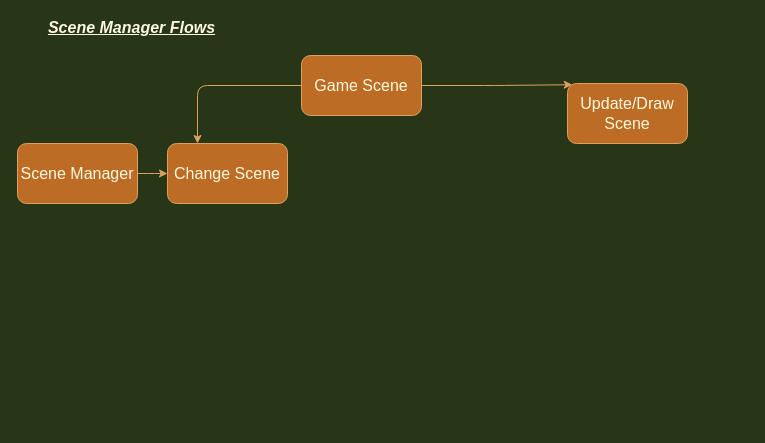
The draw.io diagram page "SceneManager" (4 of 4) of flow_chart/Flow.drawio in MounirAia/Web-Shoot-em-up, before the edit. Source tidied: cells renumbered, new cells numbered last; positions are measured from the earlier drawing's top-left corner, leaving out a move shared by most shapes. Both pictures are drawn from the tidied source at 100%, with x=0, y=0 at pixel (17, 17).
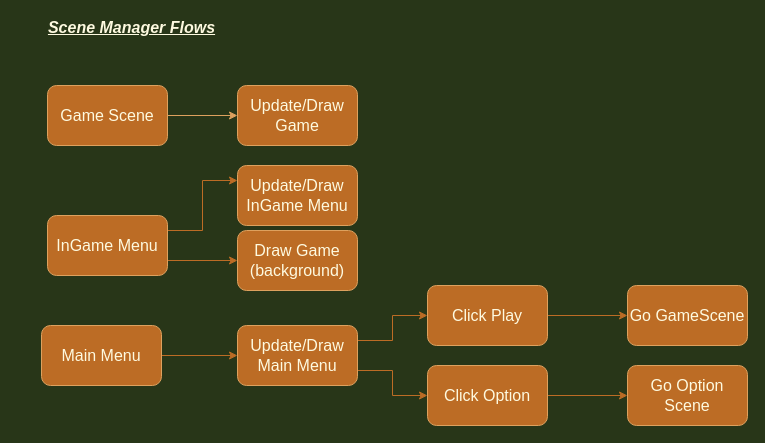
The same page after the edit.

Diff of the diagram source:
```diff
@@
-    <mxCell id="3" style="edgeStyle=orthogonalEdgeStyle;curved=0;rounded=1;sketch=0;jettySize=auto;html=1;fontColor=#FEFAE0;strokeColor=#DDA15E;fillColor=#BC6C25;" parent="1" edge="1" source="4" target="5">
-      <mxGeometry relative="1" as="geometry" />
-    </mxCell>
-    <mxCell id="4" value="&lt;span style=&quot;font-size: 16px&quot;&gt;Scene Manager&lt;/span&gt;" style="rounded=1;whiteSpace=wrap;html=1;sketch=0;fontColor=#FEFAE0;strokeColor=#DDA15E;fillColor=#BC6C25;" parent="1" vertex="1">
-      <mxGeometry y="126" width="120" height="60" as="geometry" />
-    </mxCell>
-    <mxCell id="5" value="&lt;span style=&quot;font-size: 16px&quot;&gt;Change Scene&lt;/span&gt;" style="rounded=1;whiteSpace=wrap;html=1;sketch=0;fontColor=#FEFAE0;strokeColor=#DDA15E;fillColor=#BC6C25;" parent="1" vertex="1">
-      <mxGeometry x="150" y="126" width="120" height="60" as="geometry" />
-    </mxCell>
-    <mxCell id="6" style="edgeStyle=orthogonalEdgeStyle;curved=0;rounded=1;sketch=0;jettySize=auto;html=1;entryX=0.25;entryY=0;entryDx=0;entryDy=0;fontColor=#FEFAE0;strokeColor=#DDA15E;fillColor=#BC6C25;" parent="1" edge="1" source="8" target="5">
-      <mxGeometry relative="1" as="geometry" />
-    </mxCell>
-    <mxCell id="7" style="edgeStyle=orthogonalEdgeStyle;curved=0;rounded=1;sketch=0;jettySize=auto;html=1;exitX=1;exitY=0.5;exitDx=0;exitDy=0;entryX=0.04;entryY=0.02;entryDx=0;entryDy=0;fontColor=#FEFAE0;strokeColor=#DDA15E;fillColor=#BC6C25;entryPerimeter=0;" parent="1" edge="1" source="8" target="9">
+    <mxCell id="7" style="edgeStyle=orthogonalEdgeStyle;curved=0;rounded=1;sketch=0;jettySize=auto;html=1;exitX=1;exitY=0.5;exitDx=0;exitDy=0;fontColor=#FEFAE0;strokeColor=#DDA15E;fillColor=#BC6C25;" parent="1" edge="1" source="8" target="9">
       <mxGeometry relative="1" as="geometry" />
     </mxCell>
     <mxCell id="8" value="&lt;span style=&quot;font-size: 16px&quot;&gt;Game Scene&lt;/span&gt;" style="whiteSpace=wrap;html=1;fillColor=#BC6C25;strokeColor=#DDA15E;fontColor=#FEFAE0;rounded=1;sketch=0;" parent="1" vertex="1">
-      <mxGeometry x="284" y="38" width="120" height="60" as="geometry" />
+      <mxGeometry x="30" y="68" width="120" height="60" as="geometry" />
     </mxCell>
-    <mxCell id="9" value="&lt;span style=&quot;font-size: 16px&quot;&gt;Update/Draw Scene&lt;br&gt;&lt;/span&gt;" style="whiteSpace=wrap;html=1;fillColor=#BC6C25;strokeColor=#DDA15E;fontColor=#FEFAE0;rounded=1;sketch=0;" parent="1" vertex="1">
-      <mxGeometry x="550" y="66" width="120" height="60" as="geometry" />
+    <mxCell id="9" value="&lt;span style=&quot;font-size: 16px&quot;&gt;Update/Draw Game&lt;br&gt;&lt;/span&gt;" style="whiteSpace=wrap;html=1;fillColor=#BC6C25;strokeColor=#DDA15E;fontColor=#FEFAE0;rounded=1;sketch=0;" parent="1" vertex="1">
+      <mxGeometry x="220" y="68" width="120" height="60" as="geometry" />
     </mxCell>
+    <mxCell id="10" style="edgeStyle=orthogonalEdgeStyle;rounded=0;jettySize=auto;html=1;exitX=1;exitY=0.75;exitDx=0;exitDy=0;entryX=0;entryY=0.5;entryDx=0;entryDy=0;strokeColor=#BC6C25;" parent="1" edge="1" source="12" target="14">
+      <mxGeometry relative="1" as="geometry" />
+    </mxCell>
+    <mxCell id="11" style="edgeStyle=orthogonalEdgeStyle;rounded=0;jettySize=auto;html=1;exitX=1;exitY=0.25;exitDx=0;exitDy=0;entryX=0;entryY=0.25;entryDx=0;entryDy=0;strokeColor=#BC6C25;" parent="1" edge="1" source="12" target="13">
+      <mxGeometry relative="1" as="geometry" />
+    </mxCell>
+    <mxCell id="12" value="&lt;span style=&quot;font-size: 16px&quot;&gt;InGame Menu&lt;/span&gt;" style="rounded=1;whiteSpace=wrap;html=1;sketch=0;fontColor=#FEFAE0;strokeColor=#DDA15E;fillColor=#BC6C25;" parent="1" vertex="1">
+      <mxGeometry x="30" y="198" width="120" height="60" as="geometry" />
+    </mxCell>
+    <mxCell id="13" value="&lt;span style=&quot;font-size: 16px&quot;&gt;Update/Draw&lt;br&gt;InGame Menu&lt;br&gt;&lt;/span&gt;" style="rounded=1;whiteSpace=wrap;html=1;sketch=0;fontColor=#FEFAE0;strokeColor=#DDA15E;fillColor=#BC6C25;" parent="1" vertex="1">
+      <mxGeometry x="220" y="148" width="120" height="60" as="geometry" />
+    </mxCell>
+    <mxCell id="14" value="&lt;span style=&quot;font-size: 16px&quot;&gt;Draw Game&lt;br&gt;(background)&lt;br&gt;&lt;/span&gt;" style="rounded=1;whiteSpace=wrap;html=1;sketch=0;fontColor=#FEFAE0;strokeColor=#DDA15E;fillColor=#BC6C25;" parent="1" vertex="1">
+      <mxGeometry x="220" y="213" width="120" height="60" as="geometry" />
+    </mxCell>
+    <mxCell id="15" style="edgeStyle=orthogonalEdgeStyle;rounded=0;jettySize=auto;html=1;strokeColor=#BC6C25;exitX=1;exitY=0.5;exitDx=0;exitDy=0;" parent="1" edge="1" source="16" target="19">
+      <mxGeometry relative="1" as="geometry" />
+    </mxCell>
+    <mxCell id="16" value="&lt;span style=&quot;font-size: 16px;&quot;&gt;Main Menu&lt;br&gt;&lt;/span&gt;" style="rounded=1;whiteSpace=wrap;html=1;sketch=0;fontColor=#FEFAE0;strokeColor=#DDA15E;fillColor=#BC6C25;" parent="1" vertex="1">
+      <mxGeometry x="24" y="308" width="120" height="60" as="geometry" />
+    </mxCell>
+    <mxCell id="17" style="edgeStyle=orthogonalEdgeStyle;rounded=0;jettySize=auto;html=1;strokeColor=#BC6C25;exitX=1;exitY=0.25;exitDx=0;exitDy=0;" parent="1" edge="1" source="19" target="21">
+      <mxGeometry relative="1" as="geometry" />
+    </mxCell>
+    <mxCell id="18" style="edgeStyle=orthogonalEdgeStyle;rounded=0;jettySize=auto;html=1;exitX=1;exitY=0.75;exitDx=0;exitDy=0;entryX=0;entryY=0.5;entryDx=0;entryDy=0;strokeColor=#BC6C25;" parent="1" edge="1" source="19" target="23">
+      <mxGeometry relative="1" as="geometry" />
+    </mxCell>
+    <mxCell id="19" value="&lt;span style=&quot;font-size: 16px;&quot;&gt;Update/Draw&lt;/span&gt;&lt;br style=&quot;font-size: 16px;&quot;&gt;&lt;span style=&quot;font-size: 16px;&quot;&gt;Main Menu&lt;/span&gt;&lt;span style=&quot;font-size: 16px;&quot;&gt;&lt;br&gt;&lt;/span&gt;" style="rounded=1;whiteSpace=wrap;html=1;sketch=0;fontColor=#FEFAE0;strokeColor=#DDA15E;fillColor=#BC6C25;" parent="1" vertex="1">
+      <mxGeometry x="220" y="308" width="120" height="60" as="geometry" />
+    </mxCell>
+    <mxCell id="20" style="edgeStyle=orthogonalEdgeStyle;rounded=0;jettySize=auto;html=1;strokeColor=#BC6C25;" parent="1" edge="1" source="21" target="24">
+      <mxGeometry relative="1" as="geometry" />
+    </mxCell>
+    <mxCell id="21" value="&lt;span style=&quot;font-size: 16px;&quot;&gt;Click Play&lt;br&gt;&lt;/span&gt;" style="rounded=1;whiteSpace=wrap;html=1;sketch=0;fontColor=#FEFAE0;strokeColor=#DDA15E;fillColor=#BC6C25;" parent="1" vertex="1">
+      <mxGeometry x="410" y="268" width="120" height="60" as="geometry" />
+    </mxCell>
+    <mxCell id="22" style="edgeStyle=orthogonalEdgeStyle;rounded=0;jettySize=auto;html=1;strokeColor=#BC6C25;" parent="1" edge="1" source="23" target="25">
+      <mxGeometry relative="1" as="geometry" />
+    </mxCell>
+    <mxCell id="23" value="&lt;span style=&quot;font-size: 16px;&quot;&gt;Click Option&lt;br&gt;&lt;/span&gt;" style="rounded=1;whiteSpace=wrap;html=1;sketch=0;fontColor=#FEFAE0;strokeColor=#DDA15E;fillColor=#BC6C25;" parent="1" vertex="1">
+      <mxGeometry x="410" y="348" width="120" height="60" as="geometry" />
+    </mxCell>
+    <mxCell id="24" value="&lt;span style=&quot;font-size: 16px;&quot;&gt;Go GameScene&lt;br&gt;&lt;/span&gt;" style="rounded=1;whiteSpace=wrap;html=1;sketch=0;fontColor=#FEFAE0;strokeColor=#DDA15E;fillColor=#BC6C25;" parent="1" vertex="1">
+      <mxGeometry x="610" y="268" width="120" height="60" as="geometry" />
+    </mxCell>
+    <mxCell id="25" value="&lt;span style=&quot;font-size: 16px;&quot;&gt;Go Option Scene&lt;br&gt;&lt;/span&gt;" style="rounded=1;whiteSpace=wrap;html=1;sketch=0;fontColor=#FEFAE0;strokeColor=#DDA15E;fillColor=#BC6C25;" parent="1" vertex="1">
+      <mxGeometry x="610" y="348" width="120" height="60" as="geometry" />
+    </mxCell>
```
